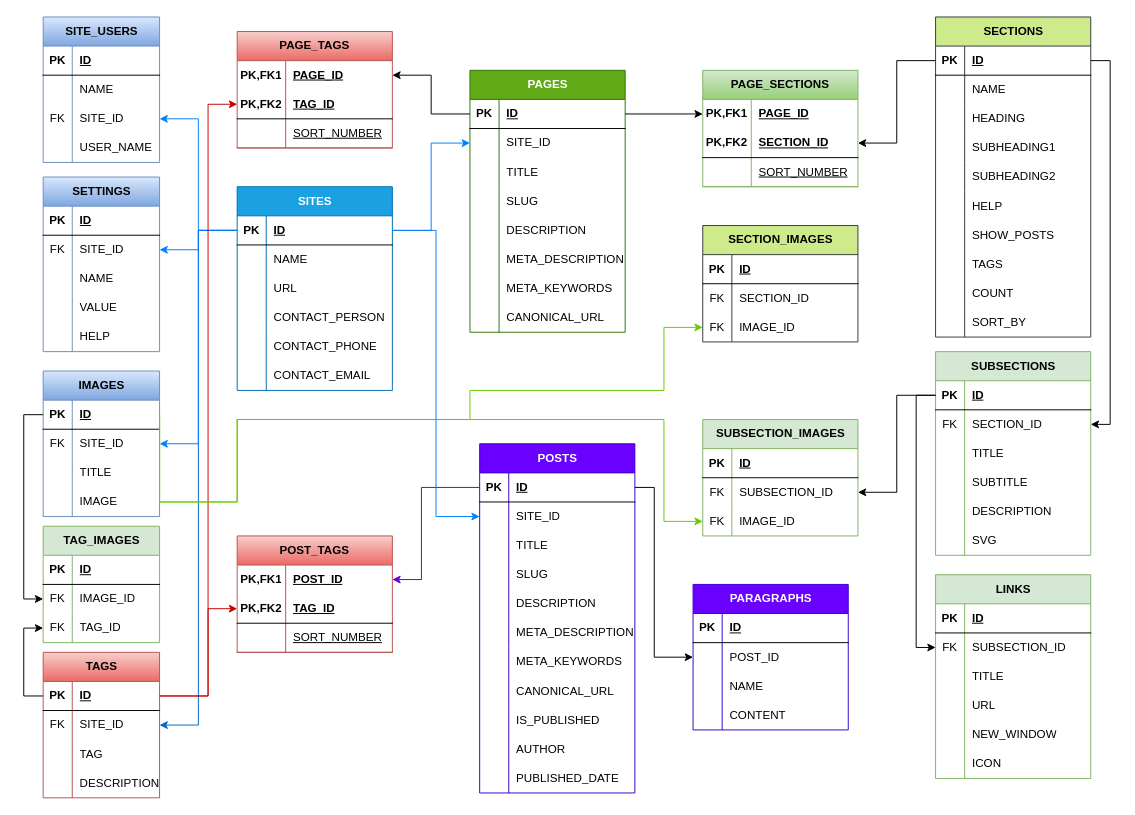
This is ercms.drawio from sudguru/draw-io, a draw.io file, before an edit. Source tidied: cells renumbered, new cells numbered last; positions are measured from the earlier drawing's top-left corner, leaving out a move shared by most shapes. Both pictures are drawn from the tidied source at 97%, with x=0, y=0 at pixel (43, 16).
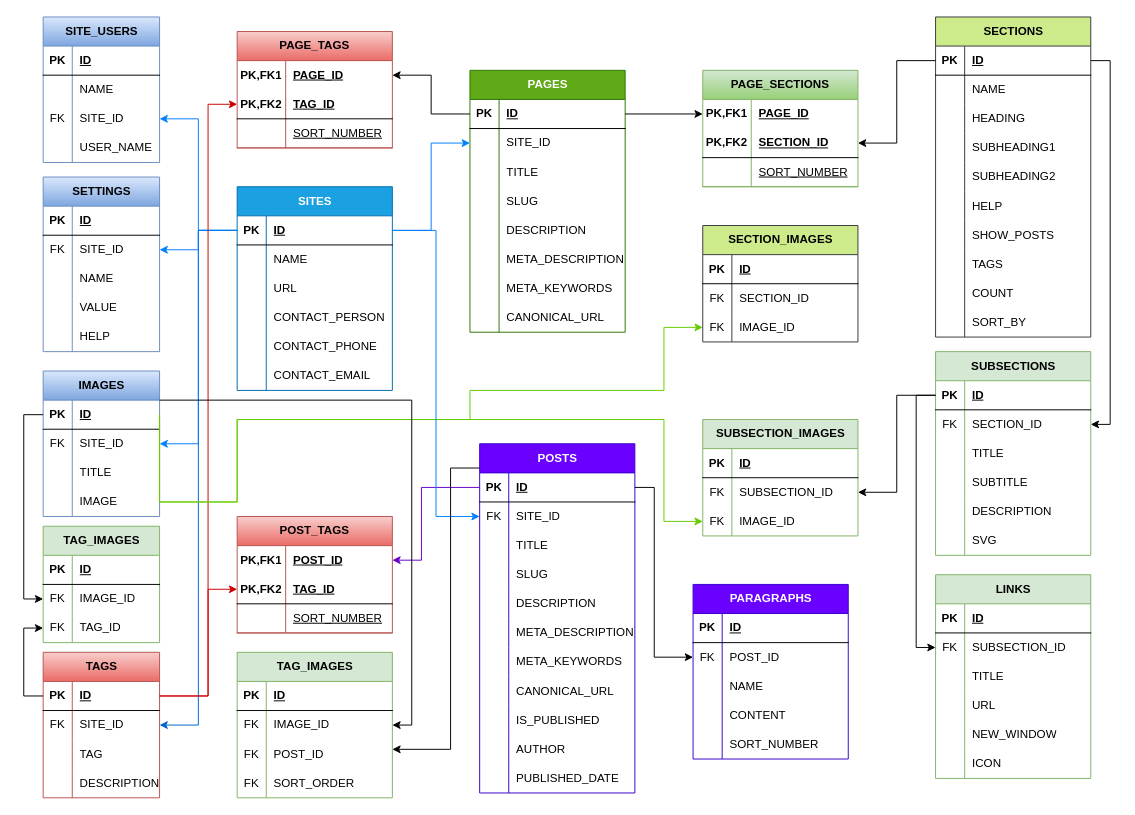
After the change.

Unchanged cells that the change refers to:
```xml
<mxCell id="143" style="shape=tableRow;horizontal=0;startSize=0;swimlaneHead=0;swimlaneBody=0;fillColor=none;points=[[0,0.5],[1,0.5]];portConstraint=eastwest;top=0;left=0;right=0;bottom=0;" parent="139" vertex="1">
  <mxGeometry y="60" width="160" height="30" as="geometry" />
</mxCell>
<mxCell id="193" style="shape=tableRow;horizontal=0;startSize=0;swimlaneHead=0;swimlaneBody=0;fillColor=none;points=[[0,0.5],[1,0.5]];portConstraint=eastwest;top=0;left=0;right=0;bottom=1;" parent="192" vertex="1">
  <mxGeometry y="30" width="120" height="30" as="geometry" />
</mxCell>
<mxCell id="224" style="shape=tableRow;horizontal=0;startSize=0;swimlaneHead=0;swimlaneBody=0;fillColor=none;points=[[0,0.5],[1,0.5]];portConstraint=eastwest;top=0;left=0;right=0;bottom=1;html=1;" parent="220" vertex="1">
  <mxGeometry y="60" width="160" height="30" as="geometry" />
</mxCell>
<mxCell id="287" style="shape=tableRow;horizontal=0;startSize=0;swimlaneHead=0;swimlaneBody=0;fillColor=none;points=[[0,0.5],[1,0.5]];portConstraint=eastwest;top=0;left=0;right=0;bottom=0;" parent="283" vertex="1">
  <mxGeometry y="60" width="160" height="30" as="geometry" />
</mxCell>
```

What changed in the source:
```diff
@@
-    <mxCell id="144" style="shape=partialRectangle;fillColor=none;top=0;left=0;bottom=0;right=0;overflow=hidden;whiteSpace=wrap;html=1;" parent="143" vertex="1">
+    <mxCell id="144" value="FK" style="shape=partialRectangle;fillColor=none;top=0;left=0;bottom=0;right=0;overflow=hidden;whiteSpace=wrap;html=1;" parent="143" vertex="1">
       <mxGeometry width="30" height="30" as="geometry" />
     </mxCell>
@@
     <mxCell id="220" value="POST_TAGS" style="shape=table;startSize=30;childLayout=tableLayout;rowLines=0;fontStyle=1;align=center;html=1;whiteSpace=wrap;fillColor=#f8cecc;gradientColor=#ea6b66;strokeColor=#b85450;" parent="1" vertex="1">
-      <mxGeometry x="200" y="535" width="160" height="120" as="geometry" />
+      <mxGeometry x="200" y="515" width="160" height="120" as="geometry" />
     </mxCell>
@@
     <mxCell id="243" style="edgeStyle=orthogonalEdgeStyle;rounded=0;jettySize=auto;html=1;exitX=1;exitY=0.5;exitDx=0;exitDy=0;entryX=0;entryY=0.5;entryDx=0;entryDy=0;strokeColor=#CC0000;" parent="1" edge="1" source="193" target="224">
       <mxGeometry relative="1" as="geometry">
         <Array as="points">
           <mxPoint x="170" y="700" />
-          <mxPoint x="170" y="610" />
+          <mxPoint x="170" y="590" />
         </Array>
       </mxGeometry>
     </mxCell>
@@
     <mxCell id="283" value="PARAGRAPHS" style="shape=table;startSize=30;childLayout=tableLayout;rowLines=0;fontStyle=1;align=center;html=1;fillColor=#6a00ff;fontColor=#ffffff;strokeColor=#3700CC;" parent="1" vertex="1">
-      <mxGeometry x="670" y="585" width="160" height="150" as="geometry" />
+      <mxGeometry x="670" y="585" width="160" height="180" as="geometry" />
     </mxCell>
@@
-    <mxCell id="288" style="shape=partialRectangle;fillColor=none;top=0;left=0;bottom=0;right=0;overflow=hidden;whiteSpace=wrap;html=1;" parent="287" vertex="1">
+    <mxCell id="288" value="FK" style="shape=partialRectangle;fillColor=none;top=0;left=0;bottom=0;right=0;overflow=hidden;whiteSpace=wrap;html=1;" parent="287" vertex="1">
       <mxGeometry width="30" height="30" as="geometry" />
     </mxCell>
@@
+    <mxCell id="297" style="shape=tableRow;horizontal=0;startSize=0;swimlaneHead=0;swimlaneBody=0;fillColor=none;top=0;left=0;right=0;bottom=0;" parent="283" vertex="1">
+      <mxGeometry y="150" width="160" height="30" as="geometry" />
+    </mxCell>
+    <mxCell id="298" style="shape=partialRectangle;fillColor=none;top=0;left=0;bottom=0;right=0;overflow=hidden;whiteSpace=wrap;html=1;" parent="297" vertex="1">
+      <mxGeometry width="30" height="30" as="geometry" />
+    </mxCell>
+    <mxCell id="299" value="SORT_NUMBER" style="shape=partialRectangle;fillColor=none;top=0;left=0;bottom=0;right=0;align=left;spacingLeft=6;overflow=hidden;whiteSpace=wrap;html=1;" parent="297" vertex="1">
+      <mxGeometry x="30" width="130" height="30" as="geometry" />
+    </mxCell>
@@
+    <mxCell id="300" value="&lt;span style=&quot;background-color: initial;&quot;&gt;TAG_IMAGES&lt;/span&gt;" style="shape=table;startSize=30;childLayout=tableLayout;rowLines=0;fontStyle=1;align=center;html=1;fillColor=#d5e8d4;strokeColor=#82b366;" parent="1" vertex="1">
+      <mxGeometry x="200" y="655" width="160" height="150" as="geometry" />
+    </mxCell>
+    <mxCell id="301" style="shape=tableRow;horizontal=0;startSize=0;swimlaneHead=0;swimlaneBody=0;fillColor=none;top=0;left=0;right=0;bottom=1;" parent="300" vertex="1">
+      <mxGeometry y="30" width="160" height="30" as="geometry" />
+    </mxCell>
+    <mxCell id="302" value="PK" style="shape=partialRectangle;fillColor=none;top=0;left=0;bottom=0;right=0;fontStyle=1;overflow=hidden;whiteSpace=wrap;html=1;" parent="301" vertex="1">
+      <mxGeometry width="30" height="30" as="geometry" />
+    </mxCell>
+    <mxCell id="303" value="ID" style="shape=partialRectangle;fillColor=none;top=0;left=0;bottom=0;right=0;align=left;spacingLeft=6;fontStyle=5;overflow=hidden;whiteSpace=wrap;html=1;" parent="301" vertex="1">
+      <mxGeometry x="30" width="130" height="30" as="geometry" />
+    </mxCell>
+    <mxCell id="304" style="shape=tableRow;horizontal=0;startSize=0;swimlaneHead=0;swimlaneBody=0;fillColor=none;top=0;left=0;right=0;bottom=0;" parent="300" vertex="1">
+      <mxGeometry y="60" width="160" height="30" as="geometry" />
+    </mxCell>
+    <mxCell id="305" value="FK" style="shape=partialRectangle;fillColor=none;top=0;left=0;bottom=0;right=0;overflow=hidden;whiteSpace=wrap;html=1;" parent="304" vertex="1">
+      <mxGeometry width="30" height="30" as="geometry" />
+    </mxCell>
+    <mxCell id="306" value="IMAGE_ID" style="shape=partialRectangle;fillColor=none;top=0;left=0;bottom=0;right=0;align=left;spacingLeft=6;overflow=hidden;whiteSpace=wrap;html=1;" parent="304" vertex="1">
+      <mxGeometry x="30" width="130" height="30" as="geometry" />
+    </mxCell>
+    <mxCell id="307" style="shape=tableRow;horizontal=0;startSize=0;swimlaneHead=0;swimlaneBody=0;fillColor=none;top=0;left=0;right=0;bottom=0;" parent="300" vertex="1">
+      <mxGeometry y="90" width="160" height="30" as="geometry" />
+    </mxCell>
+    <mxCell id="308" value="FK" style="shape=partialRectangle;fillColor=none;top=0;left=0;bottom=0;right=0;overflow=hidden;whiteSpace=wrap;html=1;" parent="307" vertex="1">
+      <mxGeometry width="30" height="30" as="geometry" />
+    </mxCell>
+    <mxCell id="309" value="POST_ID" style="shape=partialRectangle;fillColor=none;top=0;left=0;bottom=0;right=0;align=left;spacingLeft=6;overflow=hidden;whiteSpace=wrap;html=1;" parent="307" vertex="1">
+      <mxGeometry x="30" width="130" height="30" as="geometry" />
+    </mxCell>
+    <mxCell id="310" style="shape=tableRow;horizontal=0;startSize=0;swimlaneHead=0;swimlaneBody=0;fillColor=none;top=0;left=0;right=0;bottom=0;" parent="300" vertex="1">
+      <mxGeometry y="120" width="160" height="30" as="geometry" />
+    </mxCell>
+    <mxCell id="311" value="FK" style="shape=partialRectangle;fillColor=none;top=0;left=0;bottom=0;right=0;overflow=hidden;whiteSpace=wrap;html=1;" parent="310" vertex="1">
+      <mxGeometry width="30" height="30" as="geometry" />
+    </mxCell>
+    <mxCell id="312" value="SORT_ORDER" style="shape=partialRectangle;fillColor=none;top=0;left=0;bottom=0;right=0;align=left;spacingLeft=6;overflow=hidden;whiteSpace=wrap;html=1;" parent="310" vertex="1">
+      <mxGeometry x="30" width="130" height="30" as="geometry" />
+    </mxCell>
+    <mxCell id="313" style="edgeStyle=orthogonalEdgeStyle;rounded=0;orthogonalLoop=1;jettySize=auto;html=1;exitX=0;exitY=0.5;exitDx=0;exitDy=0;" parent="1" edge="1">
+      <mxGeometry relative="1" as="geometry">
+        <mxPoint x="450" y="465" as="sourcePoint" />
+        <mxPoint x="360" y="755" as="targetPoint" />
+        <Array as="points">
+          <mxPoint x="420" y="465" />
+          <mxPoint x="420" y="755" />
+        </Array>
+      </mxGeometry>
+    </mxCell>
+    <mxCell id="314" style="edgeStyle=orthogonalEdgeStyle;rounded=0;orthogonalLoop=1;jettySize=auto;html=1;" parent="1" edge="1">
+      <mxGeometry relative="1" as="geometry">
+        <mxPoint x="120" y="395" as="sourcePoint" />
+        <mxPoint x="360" y="730" as="targetPoint" />
+        <Array as="points">
+          <mxPoint x="380" y="395" />
+          <mxPoint x="380" y="730" />
+          <mxPoint x="360" y="730" />
+        </Array>
+      </mxGeometry>
+    </mxCell>
```
